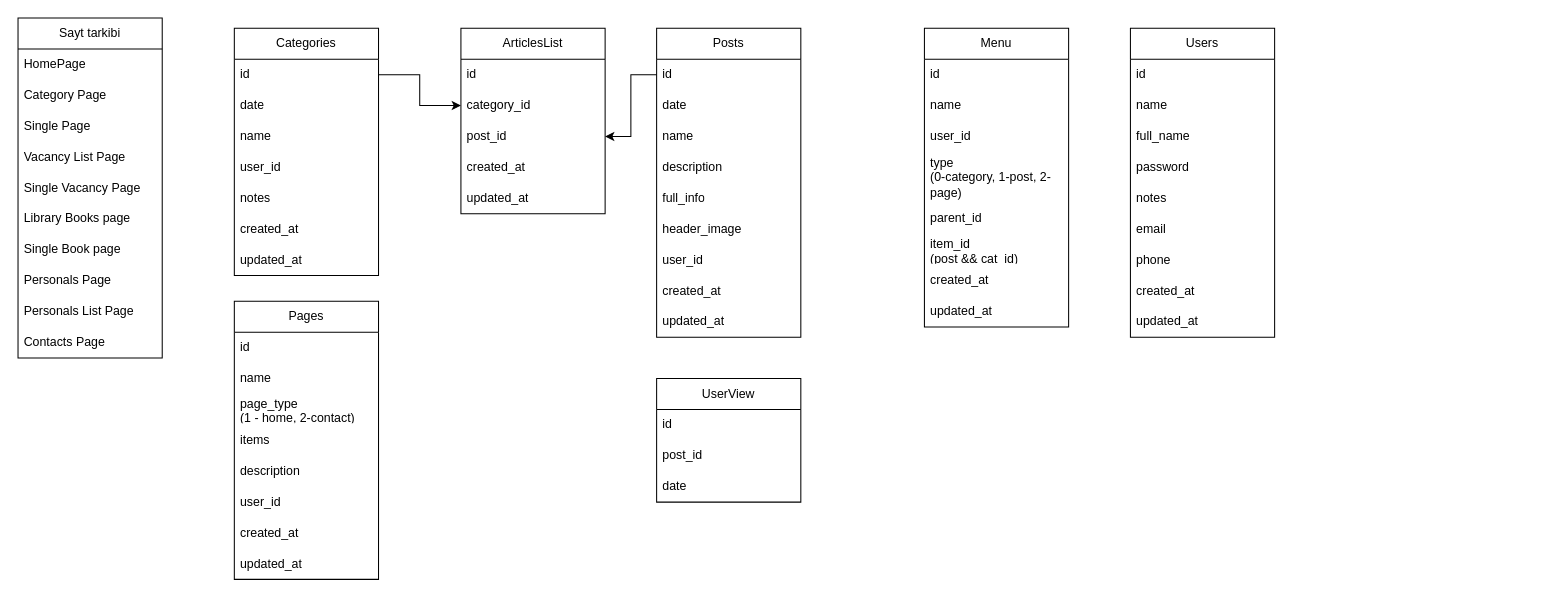
mrmelhay/Diagrams keeps this draw.io diagram as page "UEcosystem" (2 of 2) of WebSiteTemplate.drawio. Above is the earlier version. Source tidied: cells renumbered, new cells numbered last; positions are measured from the earlier drawing's top-left corner, leaving out a move shared by most shapes. Both pictures are drawn from the tidied source at 103%, with x=0, y=0 at pixel (18, 18).
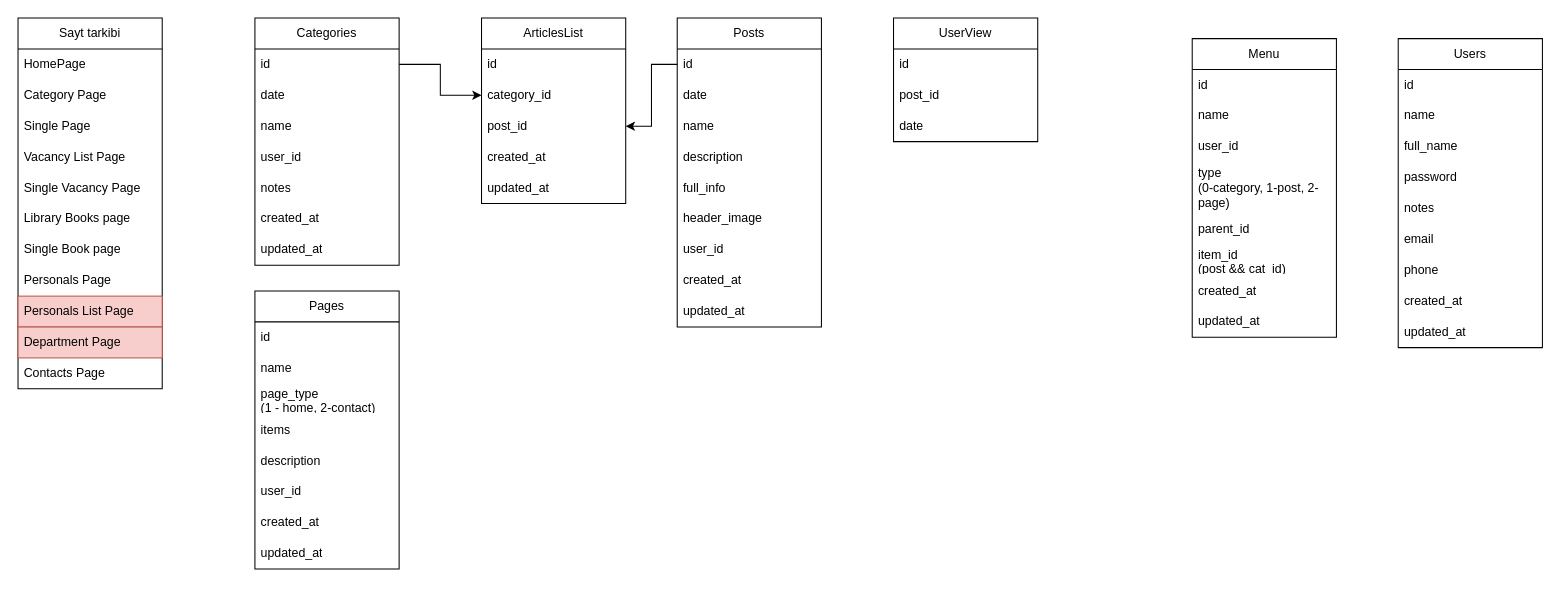
The same diagram, later.

Diff of the diagram source:
```diff
@@
     <mxCell id="2" value="Sayt tarkibi" style="swimlane;fontStyle=0;horizontal=1;startSize=30;whiteSpace=wrap;html=1;" parent="1" vertex="1">
-      <mxGeometry width="140" height="330" as="geometry" />
+      <mxGeometry width="140" height="360" as="geometry" />
     </mxCell>
@@
-    <mxCell id="11" value="Personals List Page" style="text;strokeColor=none;fillColor=none;align=left;verticalAlign=middle;spacingLeft=4;spacingRight=4;overflow=hidden;whiteSpace=wrap;html=1;" parent="2" vertex="1">
+    <mxCell id="11" value="Personals List Page" style="text;align=left;verticalAlign=middle;spacingLeft=4;spacingRight=4;overflow=hidden;whiteSpace=wrap;html=1;fillColor=#f8cecc;strokeColor=#b85450;" parent="2" vertex="1">
       <mxGeometry y="270" width="140" height="30" as="geometry" />
     </mxCell>
-    <mxCell id="12" value="Contacts Page" style="text;strokeColor=none;fillColor=none;align=left;verticalAlign=middle;spacingLeft=4;spacingRight=4;overflow=hidden;whiteSpace=wrap;html=1;" parent="2" vertex="1">
+    <mxCell id="12" value="Department Page" style="text;align=left;verticalAlign=middle;spacingLeft=4;spacingRight=4;overflow=hidden;whiteSpace=wrap;html=1;fillColor=#f8cecc;strokeColor=#b85450;" parent="2" vertex="1">
       <mxGeometry y="300" width="140" height="30" as="geometry" />
     </mxCell>
+    <mxCell id="71" value="Contacts Page" style="text;strokeColor=none;fillColor=none;align=left;verticalAlign=middle;spacingLeft=4;spacingRight=4;overflow=hidden;whiteSpace=wrap;html=1;" parent="2" vertex="1">
+      <mxGeometry y="330" width="140" height="30" as="geometry" />
+    </mxCell>
     <mxCell id="13" value="Posts" style="swimlane;fontStyle=0;horizontal=1;startSize=30;whiteSpace=wrap;html=1;" parent="1" vertex="1">
-      <mxGeometry x="620" y="10" width="140" height="300" as="geometry" />
+      <mxGeometry x="640" width="140" height="300" as="geometry" />
     </mxCell>
@@
     <mxCell id="23" value="Categories" style="swimlane;fontStyle=0;horizontal=1;startSize=30;whiteSpace=wrap;html=1;" parent="1" vertex="1">
-      <mxGeometry x="210" y="10" width="140" height="240" as="geometry" />
+      <mxGeometry x="230" width="140" height="240" as="geometry" />
     </mxCell>
@@
     <mxCell id="31" value="Users" style="swimlane;fontStyle=0;horizontal=1;startSize=30;whiteSpace=wrap;html=1;" parent="1" vertex="1">
-      <mxGeometry x="1080" y="10" width="140" height="300" as="geometry" />
+      <mxGeometry x="1340" y="20" width="140" height="300" as="geometry" />
     </mxCell>
@@
     <mxCell id="41" value="Pages" style="swimlane;fontStyle=0;horizontal=1;startSize=30;whiteSpace=wrap;html=1;" parent="1" vertex="1">
-      <mxGeometry x="210" y="275" width="140" height="270" as="geometry" />
+      <mxGeometry x="230" y="265" width="140" height="270" as="geometry" />
     </mxCell>
@@
     <mxCell id="50" value="ArticlesList" style="swimlane;fontStyle=0;horizontal=1;startSize=30;whiteSpace=wrap;html=1;" parent="1" vertex="1">
-      <mxGeometry x="430" y="10" width="140" height="180" as="geometry" />
+      <mxGeometry x="450" width="140" height="180" as="geometry" />
     </mxCell>
@@
     <mxCell id="58" value="Menu" style="swimlane;fontStyle=0;horizontal=1;startSize=30;whiteSpace=wrap;html=1;" parent="1" vertex="1">
-      <mxGeometry x="880" y="10" width="140" height="290" as="geometry" />
+      <mxGeometry x="1140" y="20" width="140" height="290" as="geometry" />
     </mxCell>
@@
     <mxCell id="67" value="UserView" style="swimlane;fontStyle=0;horizontal=1;startSize=30;whiteSpace=wrap;html=1;" parent="1" vertex="1">
-      <mxGeometry x="620" y="350" width="140" height="120" as="geometry" />
+      <mxGeometry x="850" width="140" height="120" as="geometry" />
     </mxCell>
```
